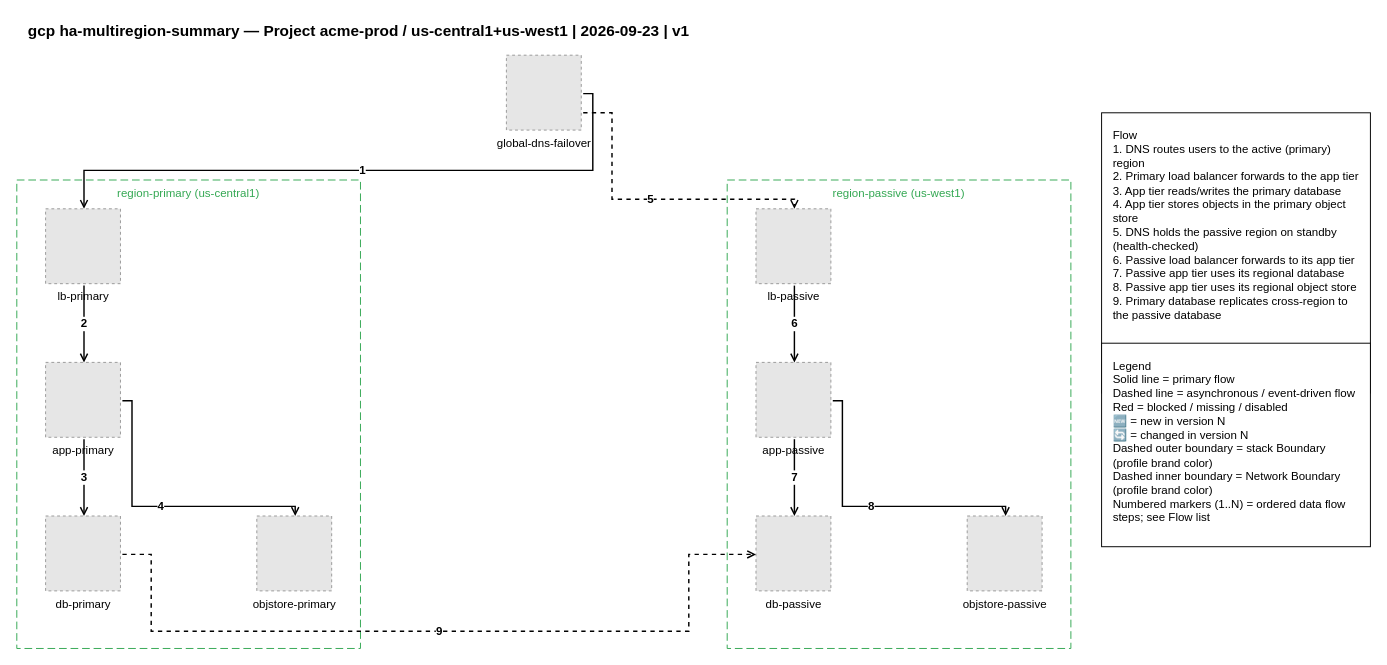
This is examples/gcp/02-gcp-ha-multiregion-summary.drawio from totoshko88/Cloud_Architecture, a draw.io file, before an edit. Source tidied: cells renumbered, new cells numbered last; positions are measured from the earlier drawing's top-left corner, leaving out a move shared by most shapes. Both pictures are drawn from the tidied source at 96%, with x=0, y=0 at pixel (16, 16). Pictures stored in the file or linked from it are replaced by grey dashed boxes.
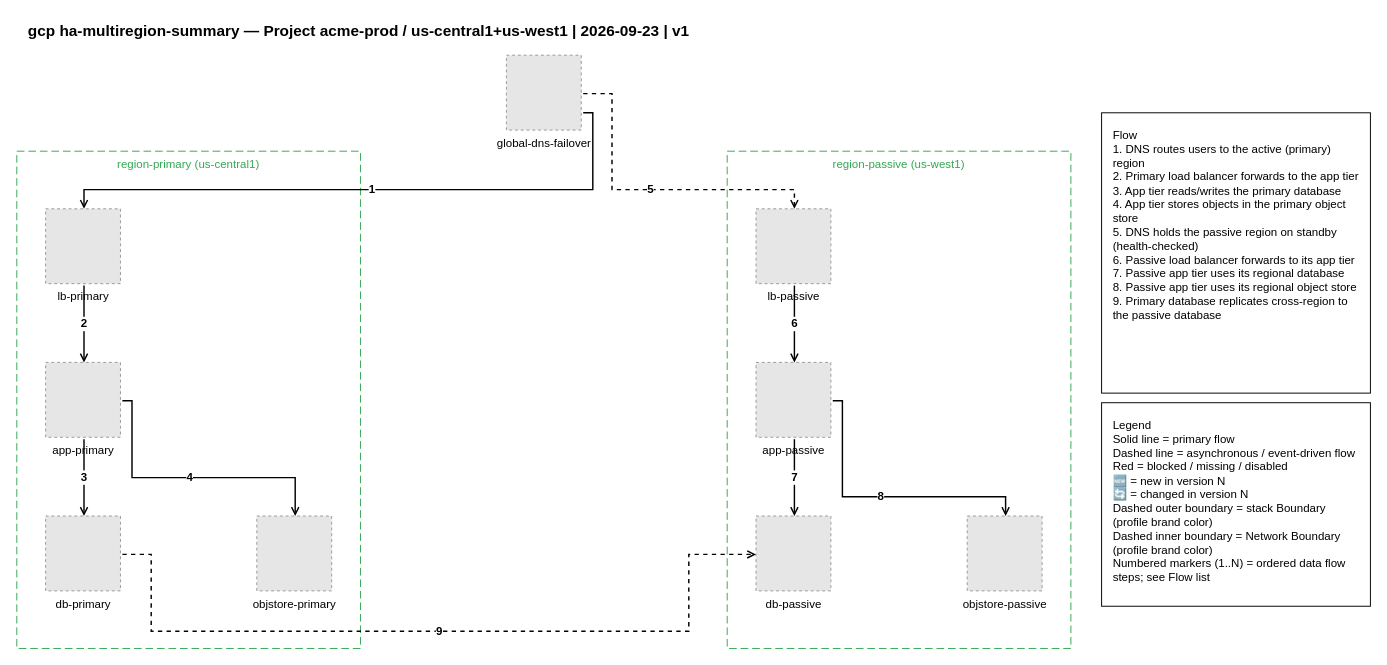
After the change.

Unchanged cells that the change refers to:
```xml
<mxCell id="5" value="global-dns-failover" style="fillColor=#E6E6E6;strokeColor=#999999;dashed=1;verticalLabelPosition=bottom;verticalAlign=top;html=1;align=center;fontSize=12;" parent="1" vertex="1">
  <mxGeometry x="510" y="40" width="78" height="78" as="geometry" />
</mxCell>
<mxCell id="6" value="lb-primary" style="fillColor=#E6E6E6;strokeColor=#999999;dashed=1;verticalLabelPosition=bottom;verticalAlign=top;html=1;align=center;fontSize=12;" parent="1" vertex="1">
  <mxGeometry x="30" y="200" width="78" height="78" as="geometry" />
</mxCell>
<mxCell id="7" value="app-primary" style="fillColor=#E6E6E6;strokeColor=#999999;dashed=1;verticalLabelPosition=bottom;verticalAlign=top;html=1;align=center;fontSize=12;" parent="1" vertex="1">
  <mxGeometry x="30" y="360" width="78" height="78" as="geometry" />
</mxCell>
<mxCell id="9" value="objstore-primary" style="fillColor=#E6E6E6;strokeColor=#999999;dashed=1;verticalLabelPosition=bottom;verticalAlign=top;html=1;align=center;fontSize=12;" parent="1" vertex="1">
  <mxGeometry x="250" y="520" width="78" height="78" as="geometry" />
</mxCell>
<mxCell id="10" value="lb-passive" style="fillColor=#E6E6E6;strokeColor=#999999;dashed=1;verticalLabelPosition=bottom;verticalAlign=top;html=1;align=center;fontSize=12;" parent="1" vertex="1">
  <mxGeometry x="770" y="200" width="78" height="78" as="geometry" />
</mxCell>
<mxCell id="11" value="app-passive" style="fillColor=#E6E6E6;strokeColor=#999999;dashed=1;verticalLabelPosition=bottom;verticalAlign=top;html=1;align=center;fontSize=12;" parent="1" vertex="1">
  <mxGeometry x="770" y="360" width="78" height="78" as="geometry" />
</mxCell>
<mxCell id="13" value="objstore-passive" style="fillColor=#E6E6E6;strokeColor=#999999;dashed=1;verticalLabelPosition=bottom;verticalAlign=top;html=1;align=center;fontSize=12;" parent="1" vertex="1">
  <mxGeometry x="990" y="520" width="78" height="78" as="geometry" />
</mxCell>
```

The edit, as a diff of the source:
```diff
@@
     <mxCell id="3" value="region-primary (us-central1)" style="rounded=0;whiteSpace=wrap;html=1;dashed=1;dashPattern=8 4;strokeColor=#34A853;fillColor=none;verticalAlign=top;fontColor=#34A853;fontSize=12;" parent="1" vertex="1">
-      <mxGeometry y="170" width="358" height="488" as="geometry" />
+      <mxGeometry y="140" width="358" height="518" as="geometry" />
     </mxCell>
     <mxCell id="4" value="region-passive (us-west1)" style="rounded=0;whiteSpace=wrap;html=1;dashed=1;dashPattern=8 4;strokeColor=#34A853;fillColor=none;verticalAlign=top;fontColor=#34A853;fontSize=12;" parent="1" vertex="1">
-      <mxGeometry x="740" y="170" width="358" height="488" as="geometry" />
+      <mxGeometry x="740" y="140" width="358" height="518" as="geometry" />
     </mxCell>
@@
-    <mxCell id="14" value="1" style="edgeStyle=orthogonalEdgeStyle;rounded=0;html=1;endArrow=open;endFill=0;strokeWidth=1.5;exitX=1.0256410256410255;exitY=0.5128205128205128;exitDx=0;exitDy=0;exitPerimeter=0;entryX=0.5128205128205128;entryY=0.0;entryDx=0;entryDy=0;fontSize=12;fontStyle=1;" parent="1" edge="1" source="5" target="6">
+    <mxCell id="14" value="1" style="edgeStyle=orthogonalEdgeStyle;rounded=0;html=1;endArrow=open;endFill=0;strokeWidth=1.5;exitX=1.0256410256410255;exitY=0.7692307692307693;exitDx=0;exitDy=0;exitPerimeter=0;entryX=0.5128205128205128;entryY=0.0;entryDx=0;entryDy=0;fontSize=12;fontStyle=1;" parent="1" edge="1" source="5" target="6">
       <mxGeometry relative="1" as="geometry">
         <Array as="points">
-          <mxPoint x="600" y="80" />
-          <mxPoint x="600" y="160" />
-          <mxPoint x="70" y="160" />
-          <mxPoint x="70" y="200" />
+          <mxPoint x="600" y="100" />
+          <mxPoint x="600" y="180" />
+          <mxPoint x="70" y="180" />
         </Array>
       </mxGeometry>
     </mxCell>
@@
     <mxCell id="17" value="4" style="edgeStyle=orthogonalEdgeStyle;rounded=0;html=1;endArrow=open;endFill=0;strokeWidth=1.5;exitX=1.0256410256410255;exitY=0.5128205128205128;exitDx=0;exitDy=0;exitPerimeter=0;entryX=0.5128205128205128;entryY=0.0;entryDx=0;entryDy=0;fontSize=12;fontStyle=1;" parent="1" edge="1" source="7" target="9">
       <mxGeometry relative="1" as="geometry">
         <Array as="points">
           <mxPoint x="120" y="400" />
-          <mxPoint x="120" y="510" />
-          <mxPoint x="290" y="510" />
-          <mxPoint x="290" y="520" />
+          <mxPoint x="120" y="480" />
+          <mxPoint x="290" y="480" />
         </Array>
       </mxGeometry>
     </mxCell>
-    <mxCell id="18" value="5" style="edgeStyle=orthogonalEdgeStyle;rounded=0;html=1;endArrow=open;endFill=0;strokeWidth=1.5;dashed=1;exitX=1.0256410256410255;exitY=0.7692307692307693;exitDx=0;exitDy=0;exitPerimeter=0;entryX=0.5128205128205128;entryY=0.0;entryDx=0;entryDy=0;fontSize=12;fontStyle=1;" parent="1" edge="1" source="5" target="10">
+    <mxCell id="18" value="5" style="edgeStyle=orthogonalEdgeStyle;rounded=0;html=1;endArrow=open;endFill=0;strokeWidth=1.5;dashed=1;exitX=1.0256410256410255;exitY=0.5128205128205128;exitDx=0;exitDy=0;exitPerimeter=0;entryX=0.5128205128205128;entryY=0.0;entryDx=0;entryDy=0;fontSize=12;fontStyle=1;" parent="1" edge="1" source="5" target="10">
       <mxGeometry relative="1" as="geometry">
         <Array as="points">
-          <mxPoint x="620" y="100" />
-          <mxPoint x="620" y="190" />
-          <mxPoint x="810" y="190" />
-          <mxPoint x="810" y="200" />
+          <mxPoint x="620" y="80" />
+          <mxPoint x="620" y="180" />
+          <mxPoint x="810" y="180" />
         </Array>
       </mxGeometry>
     </mxCell>
@@
     <mxCell id="21" value="8" style="edgeStyle=orthogonalEdgeStyle;rounded=0;html=1;endArrow=open;endFill=0;strokeWidth=1.5;exitX=1.0256410256410255;exitY=0.5128205128205128;exitDx=0;exitDy=0;exitPerimeter=0;entryX=0.5128205128205128;entryY=0.0;entryDx=0;entryDy=0;fontSize=12;fontStyle=1;" parent="1" edge="1" source="11" target="13">
       <mxGeometry relative="1" as="geometry">
         <Array as="points">
           <mxPoint x="860" y="400" />
-          <mxPoint x="860" y="510" />
-          <mxPoint x="1030" y="510" />
-          <mxPoint x="1030" y="520" />
+          <mxPoint x="860" y="500" />
+          <mxPoint x="1030" y="500" />
         </Array>
       </mxGeometry>
     </mxCell>
@@
     <mxCell id="24" value="Legend&#10;Solid line = primary flow&#10;Dashed line = asynchronous / event-driven flow&#10;Red = blocked / missing / disabled&#10;🆕 = new in version N&#10;🔄 = changed in version N&#10;Dashed outer boundary = stack Boundary (profile brand color)&#10;Dashed inner boundary = Network Boundary (profile brand color)&#10;Numbered markers (1..N) = ordered data flow steps; see Flow list" style="text;html=1;align=left;verticalAlign=top;fontSize=12;whiteSpace=wrap;strokeColor=#000000;fillColor=#FFFFFF;spacingLeft=10;spacingRight=10;spacingTop=10;spacingBottom=10;" parent="1" vertex="1">
-      <mxGeometry x="1130" y="340" width="280" height="212" as="geometry" />
+      <mxGeometry x="1130" y="402" width="280" height="212" as="geometry" />
     </mxCell>
```
